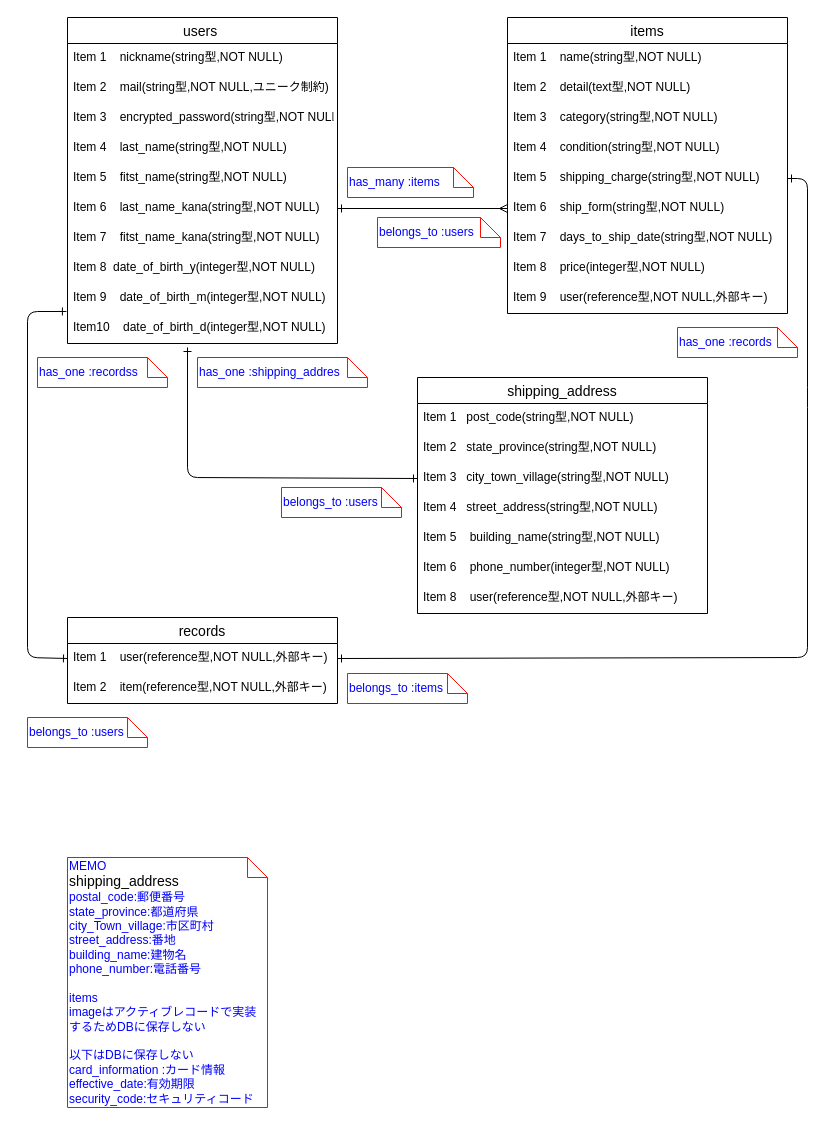
The draw.io diagram db/ER.dio in miracletea/furima-39667, before the edit. Source tidied: cells renumbered, new cells numbered last; positions are measured from the earlier drawing's top-left corner, leaving out a move shared by most shapes. Both pictures are drawn from the tidied source at 100%, with x=0, y=0 at pixel (27, 17).
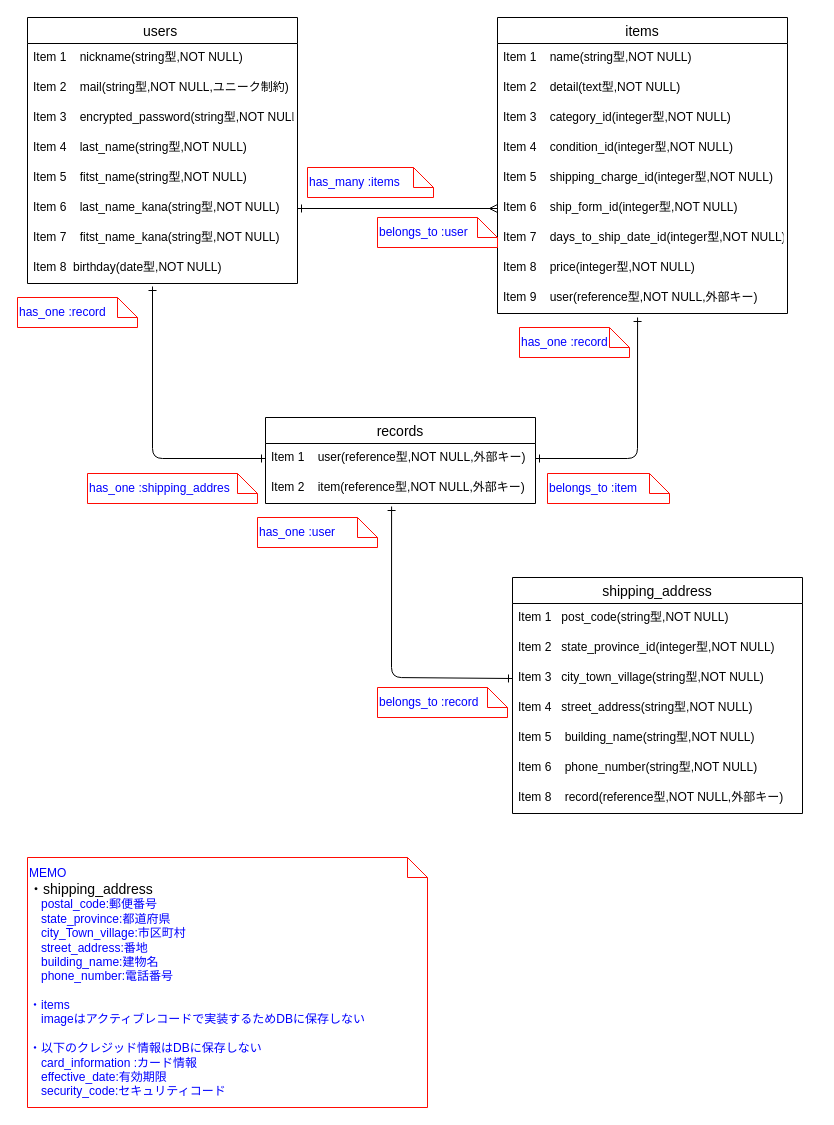
The same diagram, later.

The change refers to these unchanged cells:
```xml
<mxCell id="24" value="Item 1    user(reference型,NOT NULL,外部キー)" style="text;strokeColor=none;fillColor=none;spacingLeft=4;spacingRight=4;overflow=hidden;points=[[0,0.5],[1,0.5]];portConstraint=eastwest;fontSize=12;" parent="23" vertex="1">
  <mxGeometry y="26" width="270" height="30" as="geometry" />
</mxCell>
<mxCell id="25" value="Item 2    item(reference型,NOT NULL,外部キー)" style="text;strokeColor=none;fillColor=none;spacingLeft=4;spacingRight=4;overflow=hidden;points=[[0,0.5],[1,0.5]];portConstraint=eastwest;fontSize=12;" parent="23" vertex="1">
  <mxGeometry y="56" width="270" height="30" as="geometry" />
</mxCell>
<mxCell id="32" value="Item 3   city_town_village(string型,NOT NULL) " style="text;strokeColor=none;fillColor=none;spacingLeft=4;spacingRight=4;overflow=hidden;points=[[0,0.5],[1,0.5]];portConstraint=eastwest;fontSize=12;" parent="29" vertex="1">
  <mxGeometry y="86" width="290" height="30" as="geometry" />
</mxCell>
```

What changed in the source:
```diff
@@
     <mxCell id="2" value="users " style="swimlane;fontStyle=0;horizontal=1;startSize=26;align=center;fontSize=14;" parent="1" vertex="1">
-      <mxGeometry x="40" width="270" height="326" as="geometry" />
+      <mxGeometry width="270" height="266" as="geometry" />
     </mxCell>
@@
-    <mxCell id="10" value="Item 8  date_of_birth_y(integer型,NOT NULL)&#10;  " style="text;strokeColor=none;fillColor=none;spacingLeft=4;spacingRight=4;overflow=hidden;points=[[0,0.5],[1,0.5]];portConstraint=eastwest;fontSize=12;" parent="2" vertex="1">
+    <mxCell id="10" value="Item 8  birthday(date型,NOT NULL)&#10;  " style="text;strokeColor=none;fillColor=none;spacingLeft=4;spacingRight=4;overflow=hidden;points=[[0,0.5],[1,0.5]];portConstraint=eastwest;fontSize=12;" parent="2" vertex="1">
       <mxGeometry y="236" width="270" height="30" as="geometry" />
     </mxCell>
-    <mxCell id="11" value="Item 9    date_of_birth_m(integer型,NOT NULL)" style="text;strokeColor=none;fillColor=none;spacingLeft=4;spacingRight=4;overflow=hidden;fontSize=12;" parent="2" vertex="1">
-      <mxGeometry y="266" width="270" height="30" as="geometry" />
-    </mxCell>
-    <mxCell id="12" value="Item10    date_of_birth_d(integer型,NOT NULL)" style="text;strokeColor=none;fillColor=none;spacingLeft=4;spacingRight=4;overflow=hidden;points=[[0,0.5],[1,0.5]];portConstraint=eastwest;fontSize=12;" parent="2" vertex="1">
-      <mxGeometry y="296" width="270" height="30" as="geometry" />
-    </mxCell>
     <mxCell id="13" value="items" style="swimlane;fontStyle=0;horizontal=1;startSize=26;align=center;fontSize=14;" parent="1" vertex="1">
-      <mxGeometry x="480" width="280" height="296" as="geometry" />
+      <mxGeometry x="470" width="290" height="296" as="geometry" />
     </mxCell>
     <mxCell id="14" value="Item 1    name(string型,NOT NULL)" style="text;strokeColor=none;fillColor=none;spacingLeft=4;spacingRight=4;overflow=hidden;fontSize=12;" parent="13" vertex="1">
-      <mxGeometry y="26" width="280" height="30" as="geometry" />
+      <mxGeometry y="26" width="290" height="30" as="geometry" />
     </mxCell>
     <mxCell id="15" value="Item 2    detail(text型,NOT NULL)" style="text;strokeColor=none;fillColor=none;spacingLeft=4;spacingRight=4;overflow=hidden;fontSize=12;" parent="13" vertex="1">
-      <mxGeometry y="56" width="280" height="30" as="geometry" />
+      <mxGeometry y="56" width="290" height="30" as="geometry" />
     </mxCell>
-    <mxCell id="16" value="Item 3    category(string型,NOT NULL)" style="text;strokeColor=none;fillColor=none;spacingLeft=4;spacingRight=4;overflow=hidden;fontSize=12;" parent="13" vertex="1">
-      <mxGeometry y="86" width="280" height="30" as="geometry" />
+    <mxCell id="16" value="Item 3    category_id(integer型,NOT NULL)" style="text;strokeColor=none;fillColor=none;spacingLeft=4;spacingRight=4;overflow=hidden;fontSize=12;" parent="13" vertex="1">
+      <mxGeometry y="86" width="290" height="30" as="geometry" />
     </mxCell>
-    <mxCell id="17" value="Item 4    condition(string型,NOT NULL)" style="text;strokeColor=none;fillColor=none;spacingLeft=4;spacingRight=4;overflow=hidden;fontSize=12;" parent="13" vertex="1">
-      <mxGeometry y="116" width="280" height="30" as="geometry" />
+    <mxCell id="17" value="Item 4    condition_id(integer型,NOT NULL)" style="text;strokeColor=none;fillColor=none;spacingLeft=4;spacingRight=4;overflow=hidden;fontSize=12;" parent="13" vertex="1">
+      <mxGeometry y="116" width="290" height="30" as="geometry" />
     </mxCell>
-    <mxCell id="18" value="Item 5    shipping_charge(string型,NOT NULL)" style="text;strokeColor=none;fillColor=none;spacingLeft=4;spacingRight=4;overflow=hidden;points=[[0,0.5],[1,0.5]];portConstraint=eastwest;fontSize=12;" parent="13" vertex="1">
-      <mxGeometry y="146" width="280" height="30" as="geometry" />
+    <mxCell id="18" value="Item 5    shipping_charge_id(integer型,NOT NULL)" style="text;strokeColor=none;fillColor=none;spacingLeft=4;spacingRight=4;overflow=hidden;points=[[0,0.5],[1,0.5]];portConstraint=eastwest;fontSize=12;" parent="13" vertex="1">
+      <mxGeometry y="146" width="290" height="30" as="geometry" />
     </mxCell>
-    <mxCell id="19" value="Item 6    ship_form(string型,NOT NULL)" style="text;strokeColor=none;fillColor=none;spacingLeft=4;spacingRight=4;overflow=hidden;points=[[0,0.5],[1,0.5]];portConstraint=eastwest;fontSize=12;" parent="13" vertex="1">
-      <mxGeometry y="176" width="280" height="30" as="geometry" />
+    <mxCell id="19" value="Item 6    ship_form_id(integer型,NOT NULL)" style="text;strokeColor=none;fillColor=none;spacingLeft=4;spacingRight=4;overflow=hidden;points=[[0,0.5],[1,0.5]];portConstraint=eastwest;fontSize=12;" parent="13" vertex="1">
+      <mxGeometry y="176" width="290" height="30" as="geometry" />
     </mxCell>
-    <mxCell id="20" value="Item 7    days_to_ship_date(string型,NOT NULL)" style="text;strokeColor=none;fillColor=none;spacingLeft=4;spacingRight=4;overflow=hidden;fontSize=12;" parent="13" vertex="1">
-      <mxGeometry y="206" width="280" height="30" as="geometry" />
+    <mxCell id="20" value="Item 7    days_to_ship_date_id(integer型,NOT NULL)" style="text;strokeColor=none;fillColor=none;spacingLeft=4;spacingRight=4;overflow=hidden;fontSize=12;" parent="13" vertex="1">
+      <mxGeometry y="206" width="290" height="30" as="geometry" />
     </mxCell>
     <mxCell id="21" value="Item 8    price(integer型,NOT NULL)&#10;    " style="text;strokeColor=none;fillColor=none;spacingLeft=4;spacingRight=4;overflow=hidden;fontSize=12;" parent="13" vertex="1">
-      <mxGeometry y="236" width="280" height="30" as="geometry" />
+      <mxGeometry y="236" width="290" height="30" as="geometry" />
     </mxCell>
     <mxCell id="22" value="Item 9    user(reference型,NOT NULL,外部キー)" style="text;strokeColor=none;fillColor=none;spacingLeft=4;spacingRight=4;overflow=hidden;points=[[0,0.5],[1,0.5]];portConstraint=eastwest;fontSize=12;" parent="13" vertex="1">
-      <mxGeometry y="266" width="280" height="30" as="geometry" />
+      <mxGeometry y="266" width="290" height="30" as="geometry" />
     </mxCell>
     <mxCell id="23" value="records" style="swimlane;fontStyle=0;horizontal=1;startSize=26;align=center;fontSize=14;" parent="1" vertex="1">
-      <mxGeometry x="40" y="600" width="270" height="86" as="geometry" />
+      <mxGeometry x="238" y="400" width="270" height="86" as="geometry" />
     </mxCell>
@@
-    <mxCell id="26" value="&lt;font color=&quot;#0000ff&quot;&gt;MEMO&lt;br&gt;&lt;/font&gt;&lt;span style=&quot;font-size: 14px; text-align: center;&quot;&gt;shipping_address&lt;/span&gt;&lt;font color=&quot;#0000ff&quot;&gt;&lt;br&gt;&lt;/font&gt;&lt;div style=&quot;border-color: var(--border-color);&quot;&gt;&lt;font style=&quot;border-color: var(--border-color);&quot; color=&quot;#0000ff&quot;&gt;postal_code:郵便番号&lt;/font&gt;&lt;/div&gt;&lt;div style=&quot;border-color: var(--border-color);&quot;&gt;&lt;font style=&quot;border-color: var(--border-color);&quot; color=&quot;#0000ff&quot;&gt;state_province:都道府県&lt;/font&gt;&lt;/div&gt;&lt;div style=&quot;border-color: var(--border-color);&quot;&gt;&lt;font style=&quot;border-color: var(--border-color);&quot; color=&quot;#0000ff&quot;&gt;city_Town_village:市区町村&lt;/font&gt;&lt;/div&gt;&lt;div style=&quot;border-color: var(--border-color);&quot;&gt;&lt;font style=&quot;border-color: var(--border-color);&quot; color=&quot;#0000ff&quot;&gt;street_address:番地&lt;/font&gt;&lt;/div&gt;&lt;div style=&quot;border-color: var(--border-color);&quot;&gt;&lt;font style=&quot;border-color: var(--border-color);&quot; color=&quot;#0000ff&quot;&gt;building_name:建物名&lt;/font&gt;&lt;/div&gt;&lt;div style=&quot;border-color: var(--border-color);&quot;&gt;&lt;font style=&quot;border-color: var(--border-color);&quot; color=&quot;#0000ff&quot;&gt;phone_number:電話番号&lt;/font&gt;&lt;/div&gt;&lt;font color=&quot;#0000ff&quot;&gt;&lt;br&gt;items&lt;br&gt;&lt;/font&gt;&lt;span style=&quot;&quot;&gt;&lt;font color=&quot;#0000ff&quot;&gt;imageはアクティブレコードで実装するためDBに保存しない&lt;br&gt;&lt;/font&gt;&lt;/span&gt;&lt;font color=&quot;#0000ff&quot;&gt;&lt;br&gt;&lt;span style=&quot;&quot;&gt;以下はDBに保存しない&lt;br&gt;card_information :カード情報&lt;/span&gt;&lt;span style=&quot;&quot;&gt;&lt;br&gt;effective_date&lt;/span&gt;:有効期限&lt;br&gt;&lt;span style=&quot;&quot;&gt;security_code:セキュリティコード&lt;br&gt;&lt;/span&gt;&lt;/font&gt;" style="shape=note;size=20;whiteSpace=wrap;html=1;align=left;strokeColor=#FF0B03;" parent="1" vertex="1">
-      <mxGeometry x="40" y="840" width="200" height="250" as="geometry" />
+    <mxCell id="26" value="&lt;font color=&quot;#0000ff&quot;&gt;MEMO&lt;br&gt;&lt;/font&gt;&lt;span style=&quot;font-size: 14px; text-align: center;&quot;&gt;・shipping_address&lt;/span&gt;&lt;font color=&quot;#0000ff&quot;&gt;&lt;br&gt;&lt;/font&gt;&lt;div style=&quot;border-color: var(--border-color);&quot;&gt;&lt;font style=&quot;border-color: var(--border-color);&quot; color=&quot;#0000ff&quot;&gt;　postal_code:郵便番号&lt;/font&gt;&lt;/div&gt;&lt;div style=&quot;border-color: var(--border-color);&quot;&gt;&lt;font style=&quot;border-color: var(--border-color);&quot; color=&quot;#0000ff&quot;&gt;　state_province:都道府県&lt;/font&gt;&lt;/div&gt;&lt;div style=&quot;border-color: var(--border-color);&quot;&gt;&lt;font style=&quot;border-color: var(--border-color);&quot; color=&quot;#0000ff&quot;&gt;　city_Town_village:市区町村&lt;/font&gt;&lt;/div&gt;&lt;div style=&quot;border-color: var(--border-color);&quot;&gt;&lt;font style=&quot;border-color: var(--border-color);&quot; color=&quot;#0000ff&quot;&gt;　street_address:番地&lt;/font&gt;&lt;/div&gt;&lt;div style=&quot;border-color: var(--border-color);&quot;&gt;&lt;font style=&quot;border-color: var(--border-color);&quot; color=&quot;#0000ff&quot;&gt;　building_name:建物名&lt;/font&gt;&lt;/div&gt;&lt;div style=&quot;border-color: var(--border-color);&quot;&gt;&lt;font style=&quot;border-color: var(--border-color);&quot; color=&quot;#0000ff&quot;&gt;　phone_number:電話番号&lt;/font&gt;&lt;/div&gt;&lt;font color=&quot;#0000ff&quot;&gt;&lt;br&gt;・items&lt;br&gt;&lt;/font&gt;&lt;span style=&quot;&quot;&gt;&lt;font color=&quot;#0000ff&quot;&gt;　imageはアクティブレコードで実装するためDBに保存しない&lt;br&gt;&lt;/font&gt;&lt;/span&gt;&lt;font color=&quot;#0000ff&quot;&gt;&lt;br&gt;&lt;span style=&quot;&quot;&gt;・以下のクレジッド情報はDBに保存しない&lt;br&gt;　card_information :カード情報&lt;/span&gt;&lt;span style=&quot;&quot;&gt;&lt;br&gt;　effective_date&lt;/span&gt;:有効期限&lt;br&gt;&lt;span style=&quot;&quot;&gt;　security_code:セキュリティコード&lt;br&gt;&lt;/span&gt;&lt;/font&gt;" style="shape=note;size=20;whiteSpace=wrap;html=1;align=left;strokeColor=#FF0B03;" parent="1" vertex="1">
+      <mxGeometry y="840" width="400" height="250" as="geometry" />
     </mxCell>
@@
-    <mxCell id="28" style="edgeStyle=none;html=1;exitX=1;exitY=0.5;exitDx=0;exitDy=0;startArrow=ERone;startFill=0;endArrow=ERone;endFill=0;entryX=1;entryY=0.5;entryDx=0;entryDy=0;" parent="1" edge="1" source="18" target="24">
-      <mxGeometry relative="1" as="geometry">
-        <Array as="points">
-          <mxPoint x="780" y="161" />
-          <mxPoint x="780" y="380" />
-          <mxPoint x="780" y="640" />
-        </Array>
-      </mxGeometry>
-    </mxCell>
     <mxCell id="29" value="shipping_address" style="swimlane;fontStyle=0;horizontal=1;startSize=26;align=center;fontSize=14;" parent="1" vertex="1">
-      <mxGeometry x="390" y="360" width="290" height="236" as="geometry" />
+      <mxGeometry x="485" y="560" width="290" height="236" as="geometry" />
     </mxCell>
@@
-    <mxCell id="31" value="Item 2   state_province(string型,NOT NULL) " style="text;strokeColor=none;fillColor=none;spacingLeft=4;spacingRight=4;overflow=hidden;fontSize=12;" parent="29" vertex="1">
+    <mxCell id="31" value="Item 2   state_province_id(integer型,NOT NULL)" style="text;strokeColor=none;fillColor=none;spacingLeft=4;spacingRight=4;overflow=hidden;fontSize=12;" parent="29" vertex="1">
       <mxGeometry y="56" width="290" height="30" as="geometry" />
     </mxCell>
@@
-    <mxCell id="35" value="Item 6    phone_number(integer型,NOT NULL)&#10;    " style="text;strokeColor=none;fillColor=none;spacingLeft=4;spacingRight=4;overflow=hidden;fontSize=12;" parent="29" vertex="1">
+    <mxCell id="35" value="Item 6    phone_number(string型,NOT NULL)&#10;    " style="text;strokeColor=none;fillColor=none;spacingLeft=4;spacingRight=4;overflow=hidden;fontSize=12;" parent="29" vertex="1">
       <mxGeometry y="176" width="290" height="30" as="geometry" />
     </mxCell>
-    <mxCell id="36" value="Item 8    user(reference型,NOT NULL,外部キー)" style="text;strokeColor=none;fillColor=none;spacingLeft=4;spacingRight=4;overflow=hidden;fontSize=12;" parent="29" vertex="1">
+    <mxCell id="36" value="Item 8    record(reference型,NOT NULL,外部キー)" style="text;strokeColor=none;fillColor=none;spacingLeft=4;spacingRight=4;overflow=hidden;fontSize=12;" parent="29" vertex="1">
       <mxGeometry y="206" width="290" height="30" as="geometry" />
     </mxCell>
     <mxCell id="37" value="has_one :shipping_addres" style="shape=note;size=20;whiteSpace=wrap;html=1;align=left;strokeColor=#FF0B03;fontColor=#0000FF;" parent="1" vertex="1">
-      <mxGeometry x="170" y="340" width="170" height="30" as="geometry" />
+      <mxGeometry x="60" y="456" width="170" height="30" as="geometry" />
     </mxCell>
-    <mxCell id="38" value="belongs_to :users" style="shape=note;size=20;whiteSpace=wrap;html=1;align=left;strokeColor=#FF0B03;fontColor=#0000FF;" parent="1" vertex="1">
-      <mxGeometry x="254" y="470" width="120" height="30" as="geometry" />
+    <mxCell id="38" value="belongs_to :record" style="shape=note;size=20;whiteSpace=wrap;html=1;align=left;strokeColor=#FF0B03;fontColor=#0000FF;" parent="1" vertex="1">
+      <mxGeometry x="350" y="670" width="130" height="30" as="geometry" />
     </mxCell>
-    <mxCell id="39" value="belongs_to :items" style="shape=note;size=20;whiteSpace=wrap;html=1;align=left;strokeColor=#FF0B03;fontColor=#0000FF;" parent="1" vertex="1">
-      <mxGeometry x="320" y="656" width="120" height="30" as="geometry" />
+    <mxCell id="39" value="belongs_to :item" style="shape=note;size=20;whiteSpace=wrap;html=1;align=left;strokeColor=#FF0B03;fontColor=#0000FF;" parent="1" vertex="1">
+      <mxGeometry x="520" y="456" width="122" height="30" as="geometry" />
     </mxCell>
-    <mxCell id="40" value="has_one :recordss" style="shape=note;size=20;whiteSpace=wrap;html=1;align=left;strokeColor=#FF0B03;fontColor=#0000FF;" parent="1" vertex="1">
-      <mxGeometry x="10" y="340" width="130" height="30" as="geometry" />
+    <mxCell id="40" value="has_one :record" style="shape=note;size=20;whiteSpace=wrap;html=1;align=left;strokeColor=#FF0B03;fontColor=#0000FF;" parent="1" vertex="1">
+      <mxGeometry x="-10" y="280" width="120" height="30" as="geometry" />
     </mxCell>
-    <mxCell id="41" value="has_one :records" style="shape=note;size=20;whiteSpace=wrap;html=1;align=left;strokeColor=#FF0B03;fontColor=#0000FF;" parent="1" vertex="1">
-      <mxGeometry x="650" y="310" width="120" height="30" as="geometry" />
+    <mxCell id="41" value="has_one :record" style="shape=note;size=20;whiteSpace=wrap;html=1;align=left;strokeColor=#FF0B03;fontColor=#0000FF;" parent="1" vertex="1">
+      <mxGeometry x="492" y="310" width="110" height="30" as="geometry" />
     </mxCell>
     <mxCell id="42" value="has_many :items" style="shape=note;size=20;whiteSpace=wrap;html=1;align=left;strokeColor=#FF0B03;fontColor=#0000FF;" parent="1" vertex="1">
-      <mxGeometry x="320" y="150" width="126" height="30" as="geometry" />
+      <mxGeometry x="280" y="150" width="126" height="30" as="geometry" />
     </mxCell>
-    <mxCell id="43" value="belongs_to :users" style="shape=note;size=20;whiteSpace=wrap;html=1;align=left;strokeColor=#FF0B03;fontColor=#0000FF;" parent="1" vertex="1">
-      <mxGeometry x="350" y="200" width="123" height="30" as="geometry" />
+    <mxCell id="43" value="belongs_to :user" style="shape=note;size=20;whiteSpace=wrap;html=1;align=left;strokeColor=#FF0B03;fontColor=#0000FF;" parent="1" vertex="1">
+      <mxGeometry x="350" y="200" width="120" height="30" as="geometry" />
     </mxCell>
-    <mxCell id="44" style="edgeStyle=none;html=1;fontColor=#0000FF;startArrow=ERone;startFill=0;endArrow=ERone;endFill=0;entryX=0;entryY=0.5;entryDx=0;entryDy=0;" parent="1" edge="1" target="32">
+    <mxCell id="44" style="edgeStyle=none;html=1;fontColor=#0000FF;startArrow=ERone;startFill=0;endArrow=ERone;endFill=0;entryX=0;entryY=0.5;entryDx=0;entryDy=0;exitX=0.467;exitY=1.1;exitDx=0;exitDy=0;exitPerimeter=0;" parent="1" edge="1" source="25" target="32">
       <mxGeometry relative="1" as="geometry">
-        <mxPoint x="160" y="330" as="sourcePoint" />
         <Array as="points">
-          <mxPoint x="160" y="460" />
+          <mxPoint x="364" y="660" />
         </Array>
       </mxGeometry>
     </mxCell>
-    <mxCell id="45" style="edgeStyle=none;html=1;exitX=0;exitY=0.5;exitDx=0;exitDy=0;entryX=-0.004;entryY=-0.067;entryDx=0;entryDy=0;entryPerimeter=0;fontColor=#0000FF;startArrow=ERone;startFill=0;endArrow=ERone;endFill=0;" parent="1" edge="1" source="24" target="12">
-      <mxGeometry relative="1" as="geometry">
-        <Array as="points">
-          <mxPoint y="640" />
-          <mxPoint y="294" />
-        </Array>
-      </mxGeometry>
-    </mxCell>
-    <mxCell id="46" value="belongs_to :users" style="shape=note;size=20;whiteSpace=wrap;html=1;align=left;strokeColor=#FF0B03;fontColor=#0000FF;" parent="1" vertex="1">
-      <mxGeometry y="700" width="120" height="30" as="geometry" />
+    <mxCell id="46" value="has_one :user" style="shape=note;size=20;whiteSpace=wrap;html=1;align=left;strokeColor=#FF0B03;fontColor=#0000FF;" parent="1" vertex="1">
+      <mxGeometry x="230" y="500" width="120" height="30" as="geometry" />
     </mxCell>
+    <mxCell id="47" style="edgeStyle=none;html=1;exitX=1;exitY=0.5;exitDx=0;exitDy=0;entryX=0.483;entryY=1.133;entryDx=0;entryDy=0;entryPerimeter=0;fontColor=#0000FF;startArrow=ERone;startFill=0;endArrow=ERone;endFill=0;" parent="1" edge="1" source="24" target="22">
+      <mxGeometry relative="1" as="geometry">
+        <Array as="points">
+          <mxPoint x="610" y="441" />
+        </Array>
+      </mxGeometry>
+    </mxCell>
+    <mxCell id="48" style="edgeStyle=none;html=1;exitX=0;exitY=0.5;exitDx=0;exitDy=0;entryX=0.463;entryY=1.1;entryDx=0;entryDy=0;entryPerimeter=0;fontColor=#0000FF;startArrow=ERone;startFill=0;endArrow=ERone;endFill=0;" parent="1" edge="1" source="24" target="10">
+      <mxGeometry relative="1" as="geometry">
+        <Array as="points">
+          <mxPoint x="125" y="441" />
+        </Array>
+      </mxGeometry>
+    </mxCell>
```
